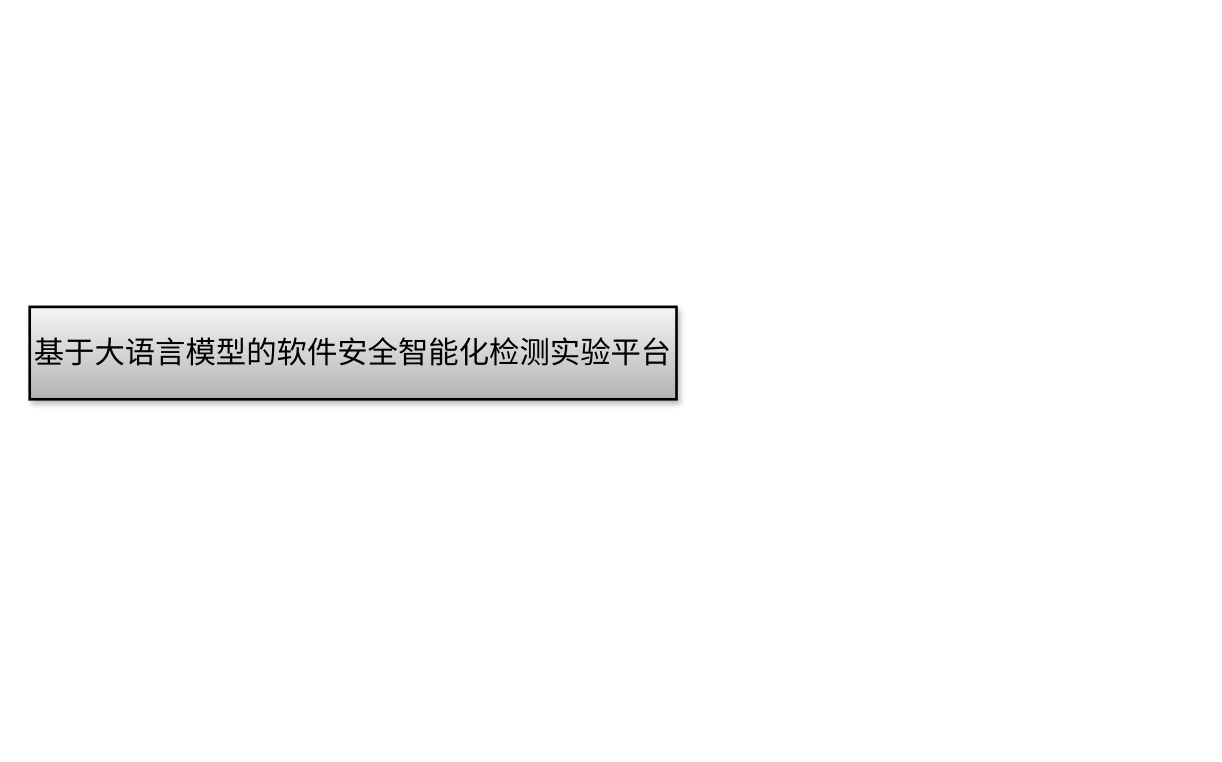
This is 外部信息图-系统.drawio from LovenSar/-, a draw.io file, before an edit. Source tidied: cells renumbered, new cells numbered last; positions are measured from the earlier drawing's top-left corner, leaving out a move shared by most shapes. Both pictures are drawn from the tidied source at 132%, with x=0, y=0 at pixel (29, 306).
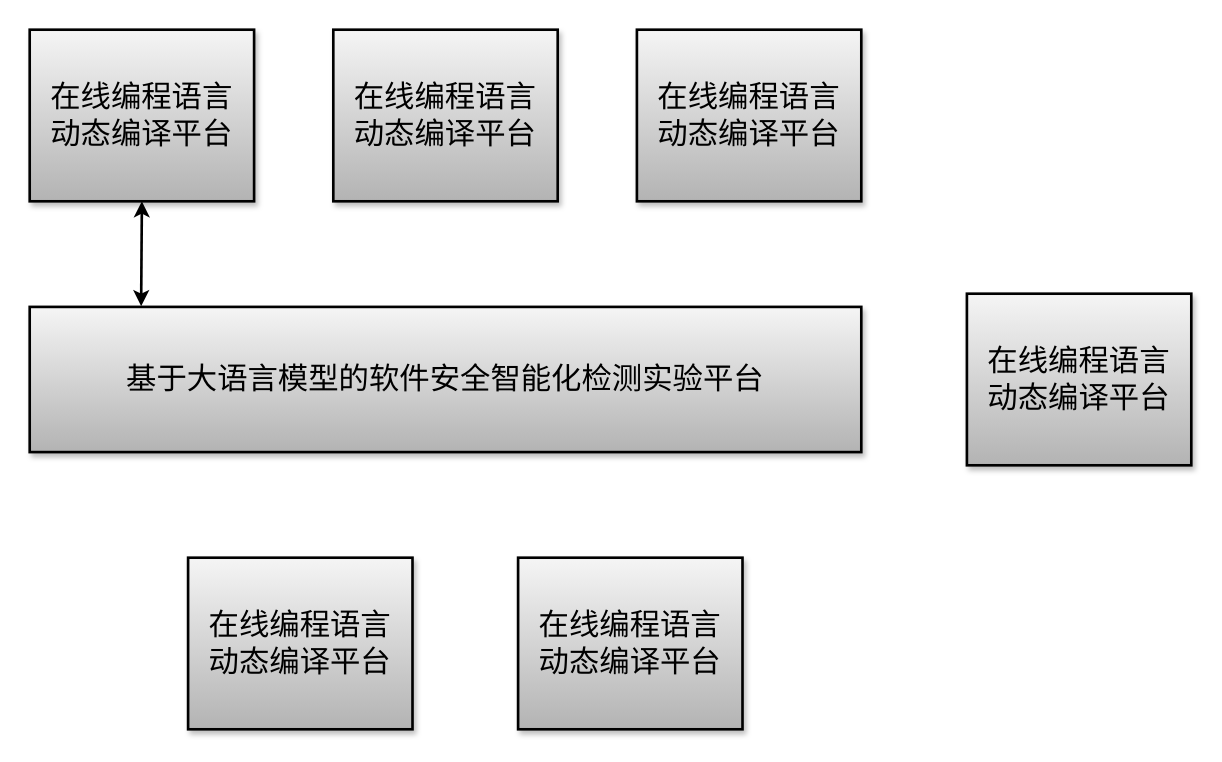
The same diagram, later.

Commit message (it also covers changes not shown here):
更新外部信息图-系统.drawio

Diff of the diagram source:
```diff
@@
 <mxGraphModel>
   <root>
     <mxCell id="0" />
     <mxCell id="1" parent="0" />
     <mxCell id="2" value="基于大语言模型的软件安全智能化检测实验平台" style="rounded=0;whiteSpace=wrap;html=1;fillColor=#f5f5f5;strokeWidth=2;fontFamily=宋体;fontSize=23;fillStyle=dots;gradientColor=#b3b3b3;strokeColor=#000000;shadow=1;" parent="1" vertex="1">
-      <mxGeometry width="490" height="70" as="geometry" />
+      <mxGeometry width="630" height="110" as="geometry" />
     </mxCell>
+    <mxCell id="3" value="在线编程语言&lt;div&gt;动态编译平台&lt;/div&gt;" style="rounded=0;whiteSpace=wrap;html=1;fillColor=#f5f5f5;strokeWidth=2;fontFamily=宋体;fontSize=23;fillStyle=dots;gradientColor=#b3b3b3;strokeColor=#000000;shadow=1;" parent="1" vertex="1">
+      <mxGeometry x="120" y="190" width="170" height="130" as="geometry" />
+    </mxCell>
+    <mxCell id="4" value="在线编程语言&lt;div&gt;动态编译平台&lt;/div&gt;" style="rounded=0;whiteSpace=wrap;html=1;fillColor=#f5f5f5;strokeWidth=2;fontFamily=宋体;fontSize=23;fillStyle=dots;gradientColor=#b3b3b3;strokeColor=#000000;shadow=1;" parent="1" vertex="1">
+      <mxGeometry x="370" y="190" width="170" height="130" as="geometry" />
+    </mxCell>
+    <mxCell id="5" value="在线编程语言&lt;div&gt;动态编译平台&lt;/div&gt;" style="rounded=0;whiteSpace=wrap;html=1;fillColor=#f5f5f5;strokeWidth=2;fontFamily=宋体;fontSize=23;fillStyle=dots;gradientColor=#b3b3b3;strokeColor=#000000;shadow=1;" parent="1" vertex="1">
+      <mxGeometry y="-210" width="170" height="130" as="geometry" />
+    </mxCell>
+    <mxCell id="6" value="在线编程语言&lt;div&gt;动态编译平台&lt;/div&gt;" style="rounded=0;whiteSpace=wrap;html=1;fillColor=#f5f5f5;strokeWidth=2;fontFamily=宋体;fontSize=23;fillStyle=dots;gradientColor=#b3b3b3;strokeColor=#000000;shadow=1;" parent="1" vertex="1">
+      <mxGeometry x="230" y="-210" width="170" height="130" as="geometry" />
+    </mxCell>
+    <mxCell id="7" value="在线编程语言&lt;div&gt;动态编译平台&lt;/div&gt;" style="rounded=0;whiteSpace=wrap;html=1;fillColor=#f5f5f5;strokeWidth=2;fontFamily=宋体;fontSize=23;fillStyle=dots;gradientColor=#b3b3b3;strokeColor=#000000;shadow=1;" parent="1" vertex="1">
+      <mxGeometry x="460" y="-210" width="170" height="130" as="geometry" />
+    </mxCell>
+    <mxCell id="8" value="在线编程语言&lt;div&gt;动态编译平台&lt;/div&gt;" style="rounded=0;whiteSpace=wrap;html=1;fillColor=#f5f5f5;strokeWidth=2;fontFamily=宋体;fontSize=23;fillStyle=dots;gradientColor=#b3b3b3;strokeColor=#000000;shadow=1;" parent="1" vertex="1">
+      <mxGeometry x="710" y="-10" width="170" height="130" as="geometry" />
+    </mxCell>
+    <mxCell id="9" style="endArrow=classic;startArrow=classic;html=1;rounded=0;entryX=0.5;entryY=1;entryDx=0;entryDy=0;exitX=0.134;exitY=-0.005;exitDx=0;exitDy=0;exitPerimeter=0;strokeWidth=2;" parent="1" edge="1" source="2" target="5">
+      <mxGeometry relative="1" as="geometry" />
+    </mxCell>
   </root>
 </mxGraphModel>
```
